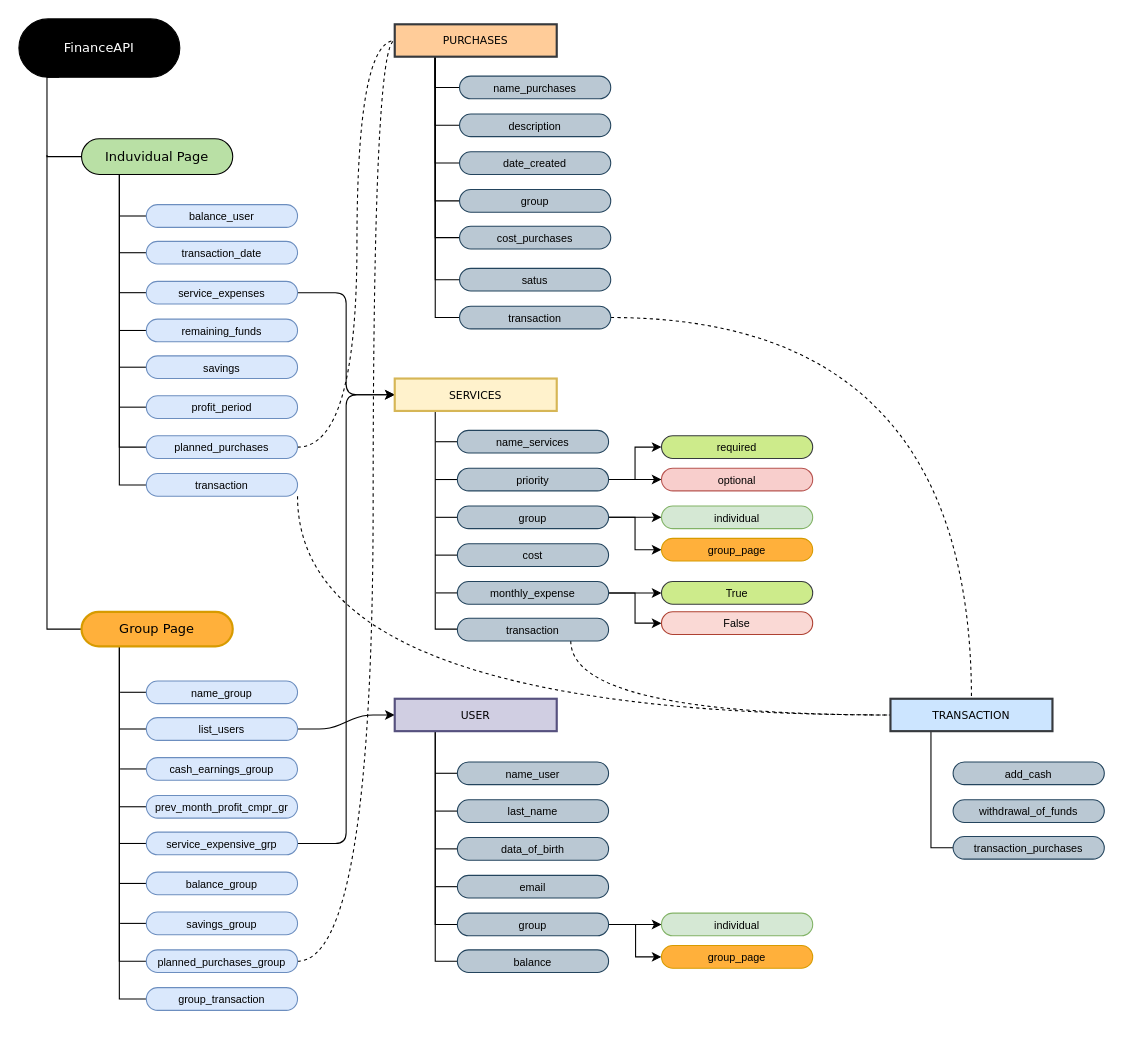
The draw.io diagram Documentation/drawio.drawio in stupns/FinanceAPI, before the edit. Source tidied: cells renumbered, new cells numbered last; positions are measured from the earlier drawing's top-left corner, leaving out a move shared by most shapes. Both pictures are drawn from the tidied source at 108%, with x=0, y=0 at pixel (18, 18).
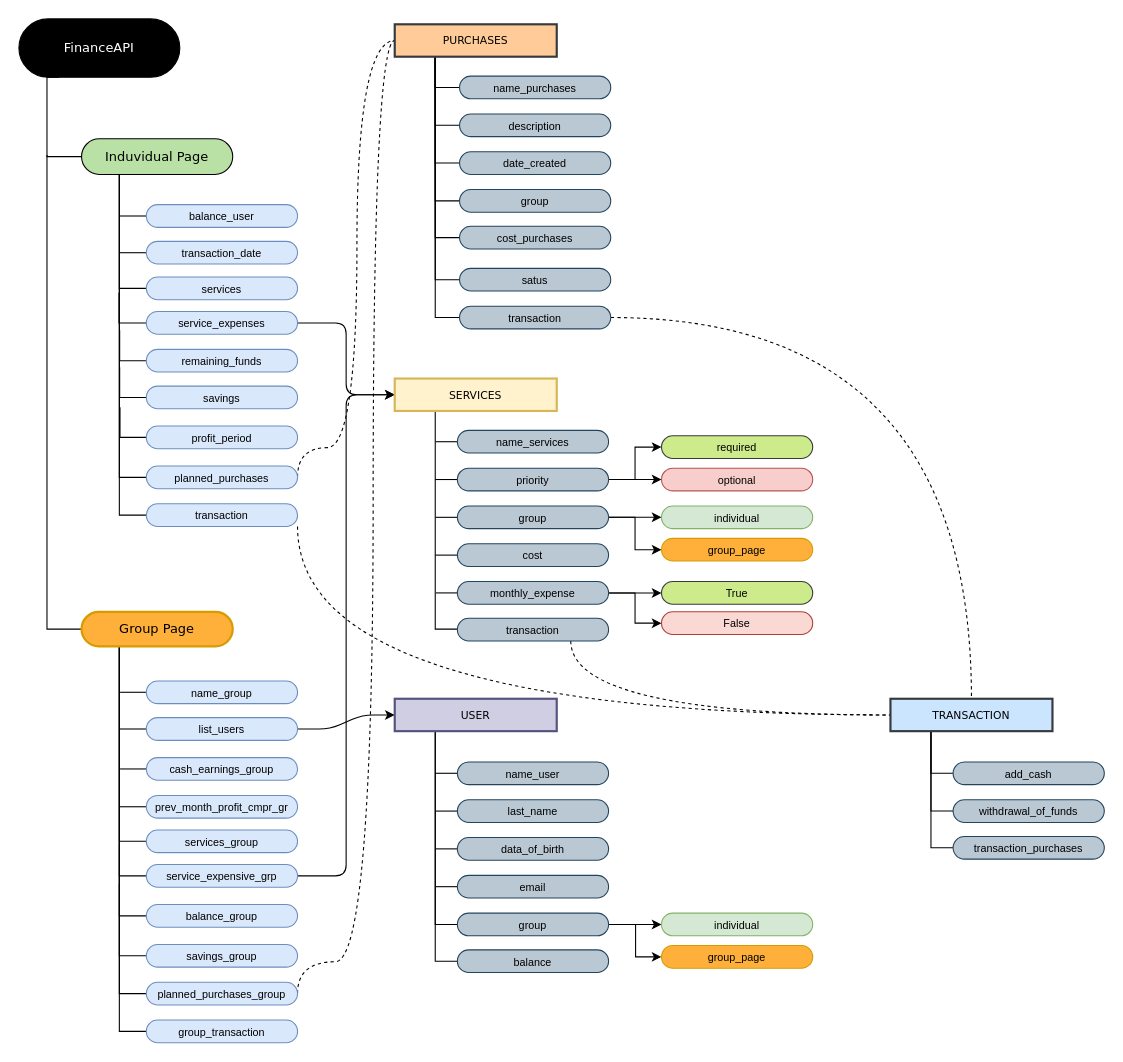
Above is the later version.

Unchanged cells that the change refers to:
```xml
<mxCell id="7" value="&lt;font face=&quot;Verdana&quot; color=&quot;#000000&quot;&gt;Induvidual Page&lt;/font&gt;" style="rounded=1;whiteSpace=wrap;html=1;arcSize=50;fillColor=#B9E0A5;fontColor=#FFFFFF;" parent="1" vertex="1">
  <mxGeometry x="58" y="111" width="140" height="33" as="geometry" />
</mxCell>
<mxCell id="10" value="&lt;font face=&quot;Verdana&quot;&gt;Group Page&lt;/font&gt;" style="rounded=1;whiteSpace=wrap;html=1;arcSize=50;fillColor=#FFB03B;strokeColor=#d79b00;strokeWidth=2;" parent="1" vertex="1">
  <mxGeometry x="58" y="549" width="140" height="32" as="geometry" />
</mxCell>
<mxCell id="90" value="TRANSACTION" style="rounded=0;whiteSpace=wrap;html=1;strokeWidth=2;fontFamily=Verdana;fontSize=10;fillColor=#cce5ff;strokeColor=#36393d;" parent="1" vertex="1">
  <mxGeometry x="807" y="629.5" width="150" height="30" as="geometry" />
</mxCell>
<mxCell id="91" value="add_cash" style="rounded=1;whiteSpace=wrap;html=1;arcSize=50;fillColor=#bac8d3;strokeColor=#23445d;fontSize=10;verticalAlign=middle;" parent="1" vertex="1">
  <mxGeometry x="865" y="688" width="140" height="21" as="geometry" />
</mxCell>
<mxCell id="92" value="withdrawal_of_funds" style="rounded=1;whiteSpace=wrap;html=1;arcSize=50;fillColor=#bac8d3;strokeColor=#23445d;fontSize=10;verticalAlign=middle;" parent="1" vertex="1">
  <mxGeometry x="865" y="723" width="140" height="21" as="geometry" />
</mxCell>
```

Change to the diagram source:
```diff
@@
-<mxGraphModel>
+<mxGraphModel background="#ffffff">
@@
+    <mxCell id="112" style="edgeStyle=orthogonalEdgeStyle;rounded=0;jettySize=auto;html=1;exitX=0.25;exitY=1;exitDx=0;exitDy=0;entryX=0;entryY=0.5;entryDx=0;entryDy=0;endArrow=none;endFill=0;" parent="1" edge="1" source="7" target="117">
+      <mxGeometry relative="1" as="geometry" />
+    </mxCell>
@@
+    <mxCell id="113" style="edgeStyle=orthogonalEdgeStyle;rounded=0;jettySize=auto;html=1;exitX=0.25;exitY=1;exitDx=0;exitDy=0;entryX=0;entryY=0.5;entryDx=0;entryDy=0;endArrow=none;endFill=0;" parent="1" edge="1" source="10" target="41">
+      <mxGeometry relative="1" as="geometry" />
+    </mxCell>
+    <mxCell id="114" style="edgeStyle=orthogonalEdgeStyle;rounded=0;jettySize=auto;html=1;exitX=0.25;exitY=1;exitDx=0;exitDy=0;entryX=0;entryY=0.5;entryDx=0;entryDy=0;endArrow=none;endFill=0;" parent="1" edge="1" source="10" target="118">
+      <mxGeometry relative="1" as="geometry" />
+    </mxCell>
@@
     <mxCell id="17" value="service_expenses" style="rounded=1;whiteSpace=wrap;html=1;arcSize=50;fillColor=#dae8fc;strokeColor=#6c8ebf;fontSize=10;" parent="1" vertex="1">
-      <mxGeometry x="118" y="243" width="140" height="21" as="geometry" />
+      <mxGeometry x="118" y="271" width="140" height="21" as="geometry" />
     </mxCell>
@@
     <mxCell id="19" value="remaining_funds" style="rounded=1;whiteSpace=wrap;html=1;arcSize=50;fillColor=#dae8fc;strokeColor=#6c8ebf;fontSize=10;" parent="1" vertex="1">
-      <mxGeometry x="118" y="278" width="140" height="21" as="geometry" />
+      <mxGeometry x="118" y="306" width="140" height="21" as="geometry" />
     </mxCell>
@@
     <mxCell id="21" value="savings" style="rounded=1;whiteSpace=wrap;html=1;arcSize=50;fillColor=#dae8fc;strokeColor=#6c8ebf;fontSize=10;" parent="1" vertex="1">
-      <mxGeometry x="118" y="312" width="140" height="21" as="geometry" />
+      <mxGeometry x="118" y="340" width="140" height="21" as="geometry" />
     </mxCell>
@@
     <mxCell id="23" value="profit_period" style="rounded=1;whiteSpace=wrap;html=1;arcSize=50;fillColor=#dae8fc;strokeColor=#6c8ebf;fontSize=10;" parent="1" vertex="1">
-      <mxGeometry x="118" y="349" width="140" height="21" as="geometry" />
+      <mxGeometry x="118" y="377" width="140" height="21" as="geometry" />
     </mxCell>
@@
     <mxCell id="25" value="planned_purchases" style="rounded=1;whiteSpace=wrap;html=1;arcSize=50;fillColor=#dae8fc;strokeColor=#6c8ebf;fontSize=10;" parent="1" vertex="1">
-      <mxGeometry x="118" y="386" width="140" height="21" as="geometry" />
+      <mxGeometry x="118" y="414" width="140" height="21" as="geometry" />
     </mxCell>
@@
     <mxCell id="37" value="&lt;font style=&quot;font-size: 10px;&quot;&gt;service_expensive_grp&lt;/font&gt;" style="rounded=1;whiteSpace=wrap;html=1;arcSize=50;fillColor=#dae8fc;strokeColor=#6c8ebf;fontSize=10;" parent="1" vertex="1">
-      <mxGeometry x="118" y="753" width="140" height="21" as="geometry" />
+      <mxGeometry x="118" y="783" width="140" height="21" as="geometry" />
     </mxCell>
@@
     <mxCell id="39" value="balance_group" style="rounded=1;whiteSpace=wrap;html=1;arcSize=50;fillColor=#dae8fc;strokeColor=#6c8ebf;fontSize=10;" parent="1" vertex="1">
-      <mxGeometry x="118" y="790" width="140" height="21" as="geometry" />
+      <mxGeometry x="118" y="820" width="140" height="21" as="geometry" />
     </mxCell>
-    <mxCell id="40" style="edgeStyle=orthogonalEdgeStyle;rounded=0;jettySize=auto;html=1;exitX=0;exitY=0.5;exitDx=0;exitDy=0;strokeColor=default;fontFamily=Verdana;fontSize=10;fontColor=#000000;startArrow=none;startFill=0;endArrow=none;endFill=0;elbow=vertical;" parent="1" edge="1" source="41">
-      <mxGeometry relative="1" as="geometry">
-        <mxPoint x="93.7" y="837.3" as="targetPoint" />
-      </mxGeometry>
-    </mxCell>
     <mxCell id="41" value="savings_group" style="rounded=1;whiteSpace=wrap;html=1;arcSize=50;fillColor=#dae8fc;strokeColor=#6c8ebf;fontSize=10;" parent="1" vertex="1">
-      <mxGeometry x="118" y="827" width="140" height="21" as="geometry" />
+      <mxGeometry x="118" y="857" width="140" height="21" as="geometry" />
     </mxCell>
@@
     <mxCell id="43" value="planned_purchases_group" style="rounded=1;whiteSpace=wrap;html=1;arcSize=50;fillColor=#dae8fc;strokeColor=#6c8ebf;fontSize=10;" parent="1" vertex="1">
-      <mxGeometry x="118" y="862" width="140" height="21" as="geometry" />
+      <mxGeometry x="118" y="892" width="140" height="21" as="geometry" />
     </mxCell>
@@
     <mxCell id="87" value="transaction" style="rounded=1;whiteSpace=wrap;html=1;arcSize=50;fillColor=#dae8fc;strokeColor=#6c8ebf;fontSize=10;" parent="1" vertex="1">
-      <mxGeometry x="118" y="421" width="140" height="21" as="geometry" />
+      <mxGeometry x="118" y="449" width="140" height="21" as="geometry" />
     </mxCell>
@@
+    <mxCell id="115" style="edgeStyle=orthogonalEdgeStyle;rounded=0;jettySize=auto;html=1;exitX=0.25;exitY=1;exitDx=0;exitDy=0;entryX=0;entryY=0.5;entryDx=0;entryDy=0;endArrow=none;endFill=0;" parent="1" edge="1" source="90" target="91">
+      <mxGeometry relative="1" as="geometry" />
+    </mxCell>
+    <mxCell id="116" style="edgeStyle=orthogonalEdgeStyle;rounded=0;jettySize=auto;html=1;exitX=0.25;exitY=1;exitDx=0;exitDy=0;entryX=0;entryY=0.5;entryDx=0;entryDy=0;endArrow=none;endFill=0;" parent="1" edge="1" source="90" target="92">
+      <mxGeometry relative="1" as="geometry" />
+    </mxCell>
@@
     <mxCell id="94" value="group_transaction" style="rounded=1;whiteSpace=wrap;html=1;arcSize=50;fillColor=#dae8fc;strokeColor=#6c8ebf;fontSize=10;" parent="1" vertex="1">
-      <mxGeometry x="118" y="897" width="140" height="21" as="geometry" />
+      <mxGeometry x="118" y="927" width="140" height="21" as="geometry" />
     </mxCell>
@@
+    <mxCell id="117" value="services" style="rounded=1;whiteSpace=wrap;html=1;arcSize=50;fillColor=#dae8fc;strokeColor=#6c8ebf;fontSize=10;" parent="1" vertex="1">
+      <mxGeometry x="118" y="239" width="140" height="21" as="geometry" />
+    </mxCell>
+    <mxCell id="118" value="&lt;font style=&quot;font-size: 10px;&quot;&gt;services_group&lt;/font&gt;" style="rounded=1;whiteSpace=wrap;html=1;arcSize=50;fillColor=#dae8fc;strokeColor=#6c8ebf;fontSize=10;" parent="1" vertex="1">
+      <mxGeometry x="118" y="751" width="140" height="21" as="geometry" />
+    </mxCell>
```
